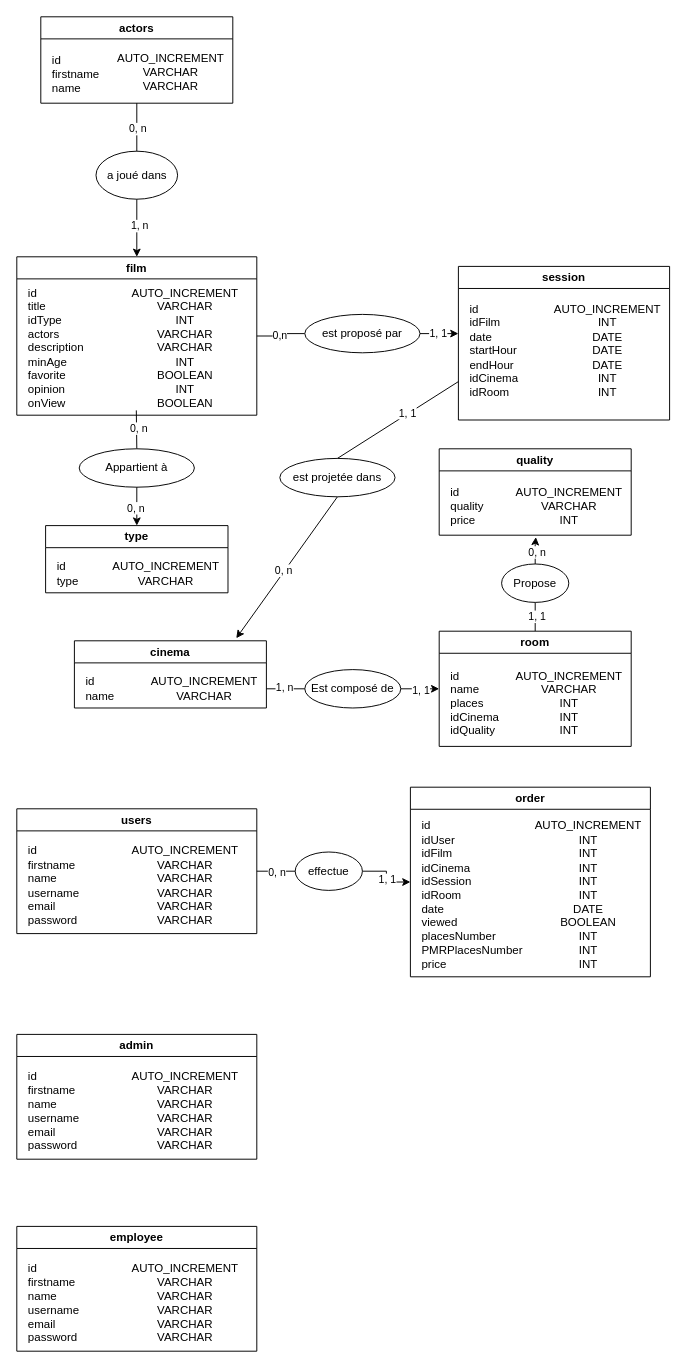
Thifanie/cinephoria keeps this draw.io diagram as charts/MCD.drawio. Above is the earlier version. Source tidied: cells renumbered, new cells numbered last; positions are measured from the earlier drawing's top-left corner, leaving out a move shared by most shapes. Both pictures are drawn from the tidied source at 96%, with x=0, y=0 at pixel (16, 16).
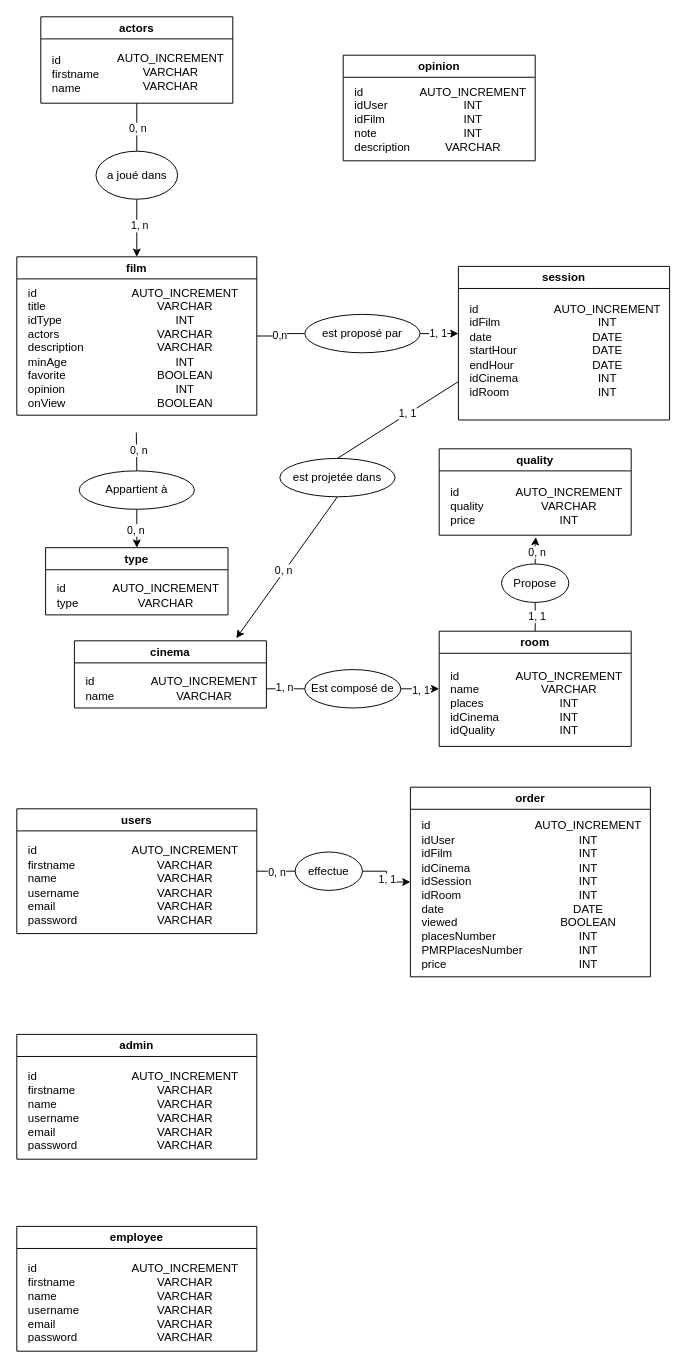
After the change.

Commit message:
Mettre à jour MCD.drawio

What changed in the source:
```diff
@@
     <mxCell id="12" style="endArrow=none;html=1;rounded=0;exitX=0.5;exitY=0;exitDx=0;exitDy=0;" parent="1" edge="1">
       <mxGeometry relative="1" as="geometry">
-        <mxPoint x="125" y="450" as="sourcePoint" />
-        <mxPoint x="124.5" y="410" as="targetPoint" />
+        <mxPoint x="125" y="473" as="sourcePoint" />
+        <mxPoint x="124.5" y="433" as="targetPoint" />
       </mxGeometry>
     </mxCell>
@@
     <mxCell id="40" value="type" style="swimlane;whiteSpace=wrap;html=1;fillColor=#FFFFFF;gradientColor=none;swimlaneLine=1;rounded=0;shadow=0;glass=0;" parent="1" vertex="1">
-      <mxGeometry x="30" y="530" width="190" height="70" as="geometry" />
+      <mxGeometry x="30" y="553" width="190" height="70" as="geometry" />
     </mxCell>
@@
     <mxCell id="43" value="Appartient à" style="ellipse;whiteSpace=wrap;html=1;" parent="1" vertex="1">
-      <mxGeometry x="65" y="450" width="120" height="40" as="geometry" />
+      <mxGeometry x="65" y="473" width="120" height="40" as="geometry" />
     </mxCell>
     <mxCell id="44" style="endArrow=classic;html=1;rounded=0;entryX=0.5;entryY=1;entryDx=0;entryDy=0;endFill=1;exitX=0.5;exitY=1;exitDx=0;exitDy=0;" parent="1" edge="1" source="43">
       <mxGeometry relative="1" as="geometry">
-        <mxPoint x="125" y="530" as="targetPoint" />
+        <mxPoint x="125" y="553" as="targetPoint" />
       </mxGeometry>
     </mxCell>
@@
+    <mxCell id="69" style="group;" parent="1" vertex="1">
+      <mxGeometry x="340" y="40" width="200" height="112" as="geometry" />
+    </mxCell>
+    <mxCell id="70" value="opinion" style="swimlane;whiteSpace=wrap;html=1;fillColor=#FFFFFF;gradientColor=none;swimlaneLine=1;rounded=0;shadow=0;glass=0;startSize=23;" parent="69" vertex="1">
+      <mxGeometry width="200" height="110" as="geometry" />
+    </mxCell>
+    <mxCell id="71" value="id&lt;div&gt;idUser&lt;br&gt;&lt;div&gt;idFilm&lt;/div&gt;&lt;/div&gt;&lt;div&gt;note&lt;/div&gt;&lt;div&gt;description&lt;/div&gt;" style="text;html=1;align=left;verticalAlign=middle;strokeColor=none;fillColor=none;" parent="70" vertex="1">
+      <mxGeometry x="10" y="22" width="80" height="90" as="geometry" />
+    </mxCell>
+    <mxCell id="72" value="AUTO_INCREMENT&lt;div&gt;INT&lt;/div&gt;&lt;div&gt;INT&lt;/div&gt;&lt;div&gt;INT&lt;/div&gt;&lt;div&gt;VARCHAR&lt;/div&gt;" style="text;html=1;align=center;verticalAlign=middle;strokeColor=none;fillColor=none;" parent="69" vertex="1">
+      <mxGeometry x="70" y="22" width="130" height="90" as="geometry" />
+    </mxCell>
```
